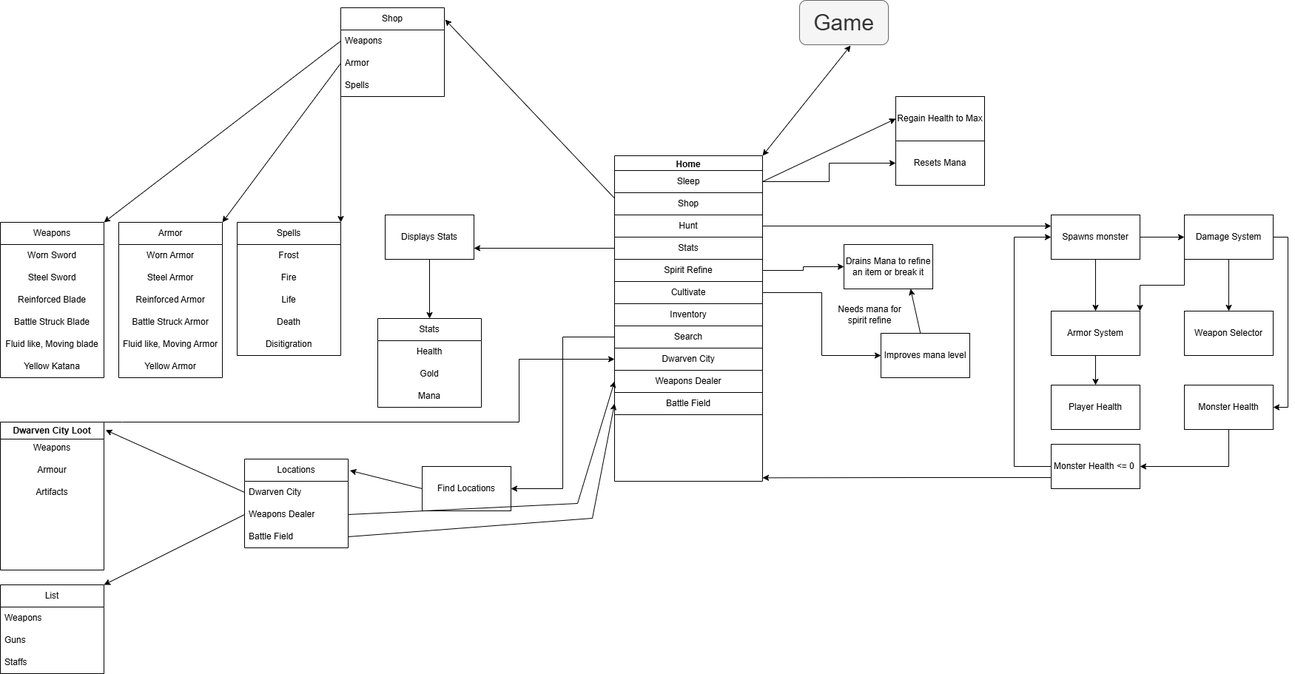
The draw.io diagram Game Design.drawio.png in Acidicts/Tkinter-Adventure-Game, before a commit. Source tidied: cells renumbered, new cells last; positions are measured from the earlier drawing's top-left corner, leaving out a move shared by most shapes.
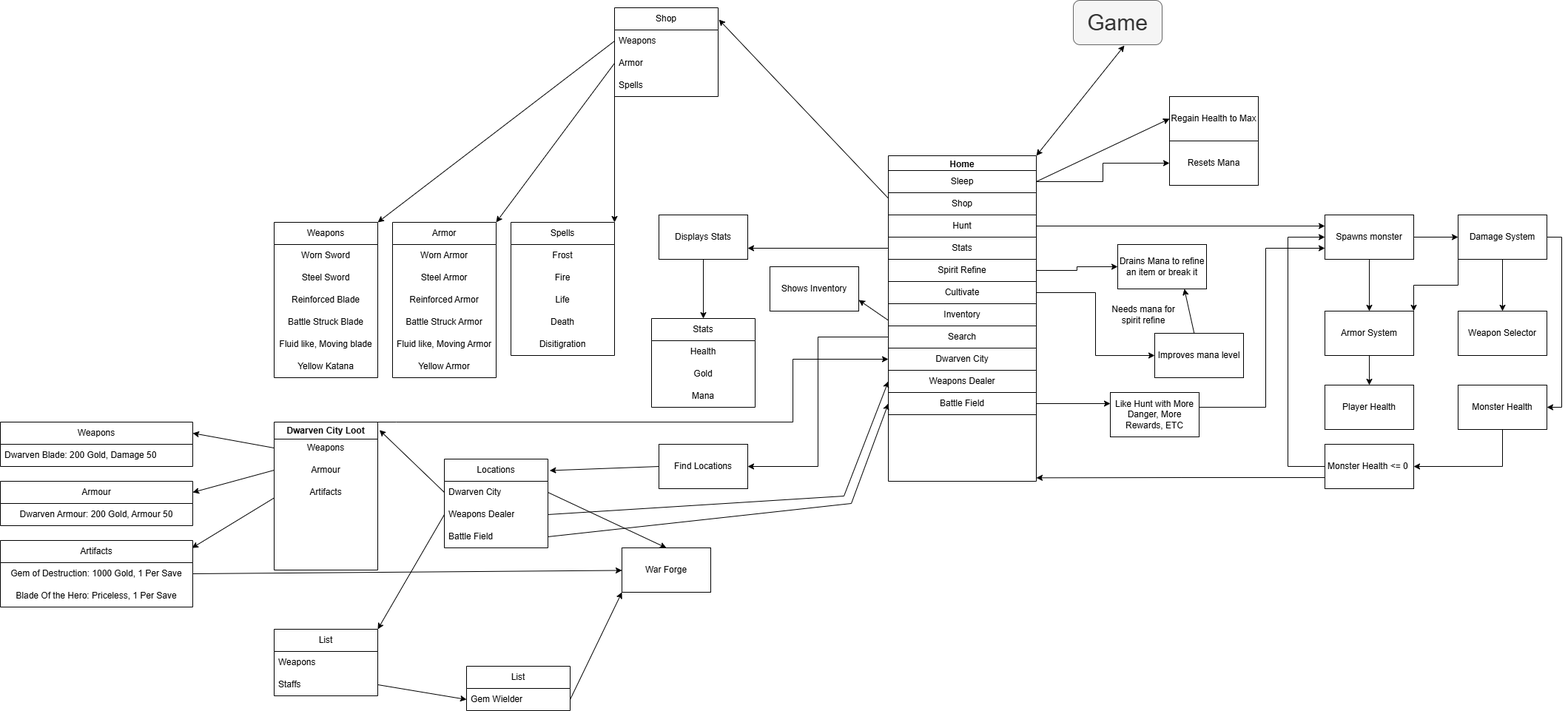
The same file after the commit.

The edit, as a diff of the source:
```diff
@@ -235,13 +235,13 @@
       <mxGeometry relative="1" as="geometry" />
     </mxCell>
     <mxCell id="77" value="Find Locations" style="rounded=0;whiteSpace=wrap;html=1;" parent="1" vertex="1">
-      <mxGeometry x="570" y="630" width="120" height="60" as="geometry" />
+      <mxGeometry x="520" y="600" width="120" height="60" as="geometry" />
     </mxCell>
     <mxCell id="78" style="endArrow=classic;html=1;rounded=0;entryX=1;entryY=0.5;entryDx=0;entryDy=0;exitX=0;exitY=0.5;exitDx=0;exitDy=0;edgeStyle=elbowEdgeStyle;" parent="1" edge="1" source="11" target="77">
       <mxGeometry relative="1" as="geometry" />
     </mxCell>
     <mxCell id="79" value="Locations" style="swimlane;fontStyle=0;horizontal=1;startSize=30;whiteSpace=wrap;html=1;" parent="1" vertex="1">
-      <mxGeometry x="330" y="620" width="140" height="120" as="geometry" />
+      <mxGeometry x="230" y="620" width="140" height="120" as="geometry" />
     </mxCell>
     <mxCell id="80" value="Dwarven City" style="text;strokeColor=none;fillColor=none;align=left;verticalAlign=middle;spacingLeft=4;spacingRight=4;overflow=hidden;points=[[0,0.5],[1,0.5]];portConstraint=eastwest;whiteSpace=wrap;html=1;" parent="79" vertex="1">
       <mxGeometry y="30" width="140" height="30" as="geometry" />
@@ -285,14 +285,14 @@
     <mxCell id="91" style="edgeStyle=none;rounded=0;jettySize=auto;html=1;exitX=1;exitY=0.5;exitDx=0;exitDy=0;entryX=0;entryY=0.5;entryDx=0;entryDy=0;" parent="1" edge="1" source="81" target="13">
       <mxGeometry relative="1" as="geometry">
         <Array as="points">
-          <mxPoint x="780" y="680" />
+          <mxPoint x="770" y="670" />
         </Array>
       </mxGeometry>
     </mxCell>
     <mxCell id="92" style="edgeStyle=none;rounded=0;jettySize=auto;html=1;exitX=1;exitY=0.5;exitDx=0;exitDy=0;entryX=0;entryY=0.5;entryDx=0;entryDy=0;" parent="1" edge="1" source="82" target="14">
       <mxGeometry relative="1" as="geometry">
         <Array as="points">
-          <mxPoint x="800" y="700" />
+          <mxPoint x="780" y="680" />
         </Array>
       </mxGeometry>
     </mxCell>
@@ -300,16 +300,84 @@
       <mxGeometry relative="1" as="geometry" />
     </mxCell>
     <mxCell id="94" value="List" style="swimlane;fontStyle=0;horizontal=1;startSize=30;whiteSpace=wrap;html=1;" parent="1" vertex="1">
-      <mxGeometry y="790" width="140" height="120" as="geometry" />
+      <mxGeometry y="850" width="140" height="90" as="geometry" />
     </mxCell>
     <mxCell id="95" value="Weapons" style="text;strokeColor=none;fillColor=none;align=left;verticalAlign=middle;spacingLeft=4;spacingRight=4;overflow=hidden;whiteSpace=wrap;html=1;" parent="94" vertex="1">
       <mxGeometry y="30" width="140" height="30" as="geometry" />
     </mxCell>
-    <mxCell id="96" value="Guns" style="text;strokeColor=none;fillColor=none;align=left;verticalAlign=middle;spacingLeft=4;spacingRight=4;overflow=hidden;whiteSpace=wrap;html=1;" parent="94" vertex="1">
-      <mxGeometry y="60" width="140" height="30" as="geometry" />
-    </mxCell>
     <mxCell id="97" value="Staffs" style="text;strokeColor=none;fillColor=none;align=left;verticalAlign=middle;spacingLeft=4;spacingRight=4;overflow=hidden;points=[[0,0.5],[1,0.5]];portConstraint=eastwest;whiteSpace=wrap;html=1;" parent="94" vertex="1">
-      <mxGeometry y="90" width="140" height="30" as="geometry" />
+      <mxGeometry y="60" width="140" height="30" as="geometry" />
     </mxCell>
+    <mxCell id="98" style="edgeStyle=orthogonalEdgeStyle;rounded=0;jettySize=auto;html=1;entryX=0;entryY=0.75;entryDx=0;entryDy=0;exitX=1;exitY=0.5;exitDx=0;exitDy=0;" parent="1" edge="1" source="99" target="48">
+      <mxGeometry relative="1" as="geometry">
+        <Array as="points">
+          <mxPoint x="1340" y="550" />
+          <mxPoint x="1340" y="335" />
+        </Array>
+      </mxGeometry>
+    </mxCell>
+    <mxCell id="99" value="Like Hunt with More Danger, More Rewards, ETC" style="rounded=0;whiteSpace=wrap;html=1;" parent="1" vertex="1">
+      <mxGeometry x="1130" y="530" width="120" height="60" as="geometry" />
+    </mxCell>
+    <mxCell id="100" style="rounded=0;jettySize=auto;html=1;exitX=1;exitY=0.5;exitDx=0;exitDy=0;entryX=0;entryY=0.25;entryDx=0;entryDy=0;" parent="1" edge="1" source="14" target="99">
+      <mxGeometry relative="1" as="geometry" />
+    </mxCell>
+    <mxCell id="101" value="Weapons" style="swimlane;fontStyle=0;horizontal=1;startSize=30;whiteSpace=wrap;html=1;" parent="1" vertex="1">
+      <mxGeometry x="-370" y="570" width="260" height="60" as="geometry" />
+    </mxCell>
+    <mxCell id="102" value="Dwarven Blade: 200 Gold, Damage 50" style="text;strokeColor=none;fillColor=none;align=left;verticalAlign=middle;spacingLeft=4;spacingRight=4;overflow=hidden;whiteSpace=wrap;html=1;" parent="101" vertex="1">
+      <mxGeometry y="30" width="260" height="30" as="geometry" />
+    </mxCell>
+    <mxCell id="103" value="Armour" style="swimlane;fontStyle=0;horizontal=1;startSize=30;whiteSpace=wrap;html=1;" parent="1" vertex="1">
+      <mxGeometry x="-370" y="650" width="260" height="60" as="geometry" />
+    </mxCell>
+    <mxCell id="104" value="Dwarven Armour: 200 Gold, Armour 50" style="text;strokeColor=none;fillColor=none;align=center;verticalAlign=middle;spacingLeft=4;spacingRight=4;overflow=hidden;whiteSpace=wrap;html=1;" parent="103" vertex="1">
+      <mxGeometry y="30" width="260" height="30" as="geometry" />
+    </mxCell>
+    <mxCell id="105" style="rounded=0;jettySize=auto;html=1;exitX=0;exitY=0.5;exitDx=0;exitDy=0;entryX=1;entryY=0.25;entryDx=0;entryDy=0;" parent="1" edge="1" source="86" target="103">
+      <mxGeometry relative="1" as="geometry" />
+    </mxCell>
+    <mxCell id="106" style="rounded=0;jettySize=auto;html=1;exitX=0;exitY=0.5;exitDx=0;exitDy=0;entryX=1;entryY=0.25;entryDx=0;entryDy=0;" parent="1" edge="1" source="85" target="101">
+      <mxGeometry relative="1" as="geometry" />
+    </mxCell>
+    <mxCell id="107" value="Artifacts" style="swimlane;fontStyle=0;horizontal=1;startSize=30;whiteSpace=wrap;html=1;" parent="1" vertex="1">
+      <mxGeometry x="-370" y="730" width="260" height="90" as="geometry" />
+    </mxCell>
+    <mxCell id="108" value="Gem of Destruction: 1000 Gold, 1 Per Save" style="text;strokeColor=none;fillColor=none;align=center;verticalAlign=middle;spacingLeft=4;spacingRight=4;overflow=hidden;points=[[0,0.5],[1,0.5]];portConstraint=eastwest;whiteSpace=wrap;html=1;" parent="107" vertex="1">
+      <mxGeometry y="30" width="260" height="30" as="geometry" />
+    </mxCell>
+    <mxCell id="109" value="Blade Of the Hero: Priceless, 1 Per Save" style="text;html=1;align=center;verticalAlign=middle;whiteSpace=wrap;rounded=0;" parent="107" vertex="1">
+      <mxGeometry y="60" width="260" height="30" as="geometry" />
+    </mxCell>
+    <mxCell id="110" style="edgeStyle=none;rounded=0;jettySize=auto;html=1;exitX=0;exitY=0.75;exitDx=0;exitDy=0;entryX=0.996;entryY=0.113;entryDx=0;entryDy=0;entryPerimeter=0;" parent="1" edge="1" source="87" target="107">
+      <mxGeometry relative="1" as="geometry" />
+    </mxCell>
+    <mxCell id="111" value="Shows Inventory" style="rounded=0;whiteSpace=wrap;html=1;" parent="1" vertex="1">
+      <mxGeometry x="670" y="360" width="120" height="60" as="geometry" />
+    </mxCell>
+    <mxCell id="112" style="edgeStyle=none;rounded=0;jettySize=auto;html=1;exitX=0;exitY=0.75;exitDx=0;exitDy=0;entryX=1;entryY=0.75;entryDx=0;entryDy=0;" parent="1" edge="1" source="10" target="111">
+      <mxGeometry relative="1" as="geometry" />
+    </mxCell>
+    <mxCell id="113" value="List" style="swimlane;fontStyle=0;horizontal=1;startSize=30;whiteSpace=wrap;html=1;" parent="1" vertex="1">
+      <mxGeometry x="260" y="900" width="140" height="60" as="geometry" />
+    </mxCell>
+    <mxCell id="114" value="Gem Wielder" style="text;strokeColor=none;fillColor=none;align=left;verticalAlign=middle;spacingLeft=4;spacingRight=4;overflow=hidden;points=[[0,0.5],[1,0.5]];portConstraint=eastwest;whiteSpace=wrap;html=1;" parent="113" vertex="1">
+      <mxGeometry y="30" width="140" height="30" as="geometry" />
+    </mxCell>
+    <mxCell id="115" style="edgeStyle=none;rounded=0;jettySize=auto;html=1;exitX=1;exitY=0.5;exitDx=0;exitDy=0;entryX=0;entryY=0.5;entryDx=0;entryDy=0;" parent="1" edge="1" source="97" target="114">
+      <mxGeometry relative="1" as="geometry" />
+    </mxCell>
+    <mxCell id="116" value="War Forge" style="rounded=0;whiteSpace=wrap;html=1;" parent="1" vertex="1">
+      <mxGeometry x="470" y="740" width="120" height="60" as="geometry" />
+    </mxCell>
+    <mxCell id="117" style="rounded=0;jettySize=auto;html=1;exitX=1;exitY=0.5;exitDx=0;exitDy=0;entryX=0.5;entryY=0;entryDx=0;entryDy=0;" parent="1" edge="1" source="80" target="116">
+      <mxGeometry relative="1" as="geometry" />
+    </mxCell>
+    <mxCell id="118" style="edgeStyle=none;rounded=0;jettySize=auto;html=1;exitX=1;exitY=0.5;exitDx=0;exitDy=0;entryX=0;entryY=1;entryDx=0;entryDy=0;" parent="1" edge="1" source="114" target="116">
+      <mxGeometry relative="1" as="geometry" />
+    </mxCell>
+    <mxCell id="119" style="edgeStyle=none;rounded=0;jettySize=auto;html=1;exitX=1;exitY=0.5;exitDx=0;exitDy=0;" parent="1" edge="1" source="108" target="116">
+      <mxGeometry relative="1" as="geometry" />
+    </mxCell>
   </root>
 </mxGraphModel>
```
